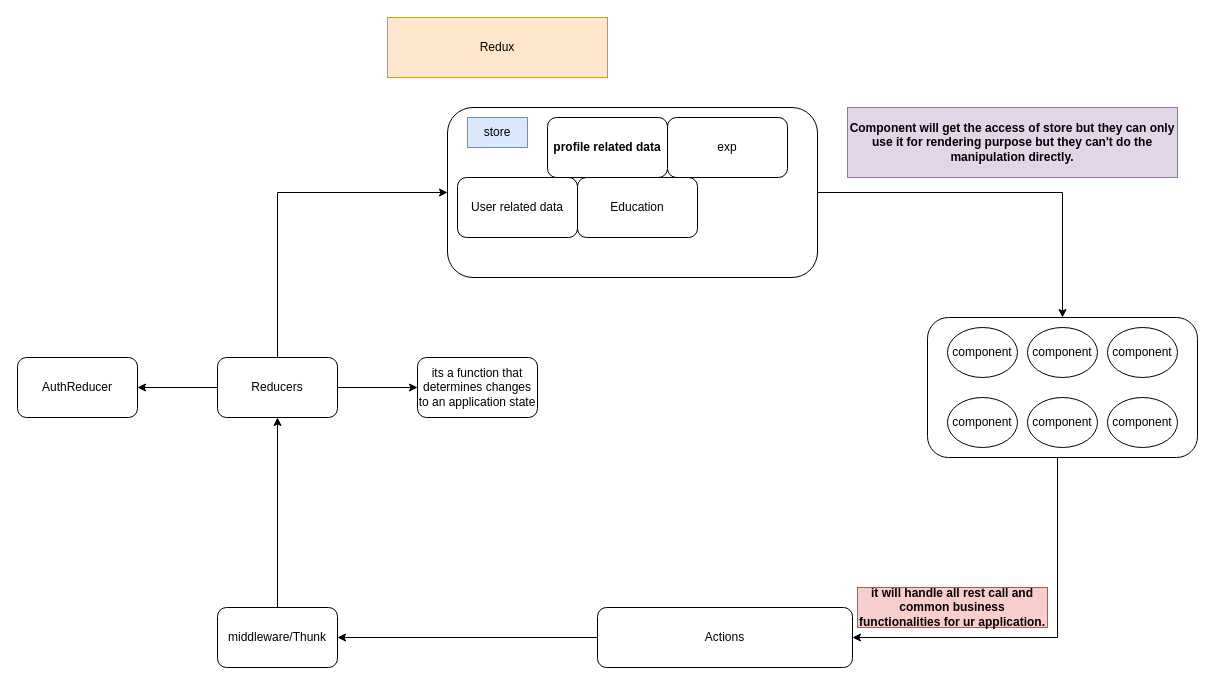
Before: page "redux" (11 of 11) of Untitled Diagram.drawio in afif1400/zeeTraining, a draw.io diagram. Source tidied: cells renumbered, new cells numbered last; positions are measured from the earlier drawing's top-left corner, leaving out a move shared by most shapes. Both pictures are drawn from the tidied source at 100%, with x=0, y=0 at pixel (17, 17).
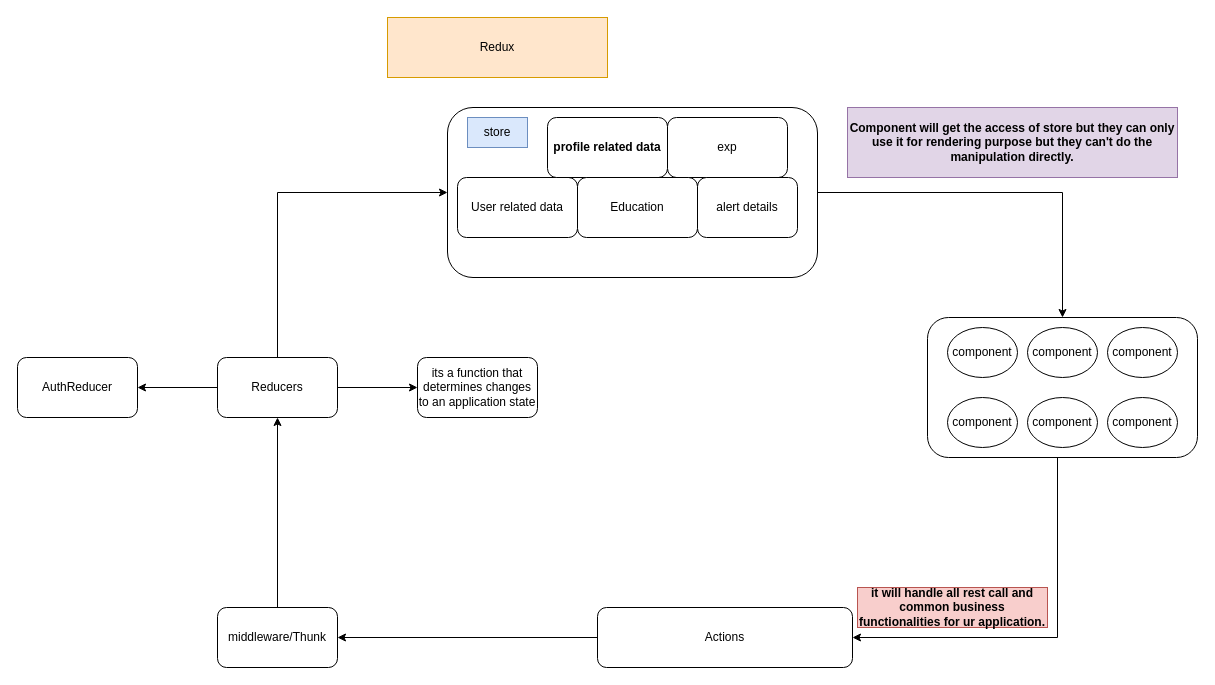
The same page after the edit.

Change to the diagram source:
```diff
@@
+    <mxCell id="30" value="alert details" style="rounded=1;whiteSpace=wrap;html=1;" parent="1" vertex="1">
+      <mxGeometry x="680" y="160" width="100" height="60" as="geometry" />
+    </mxCell>
```
